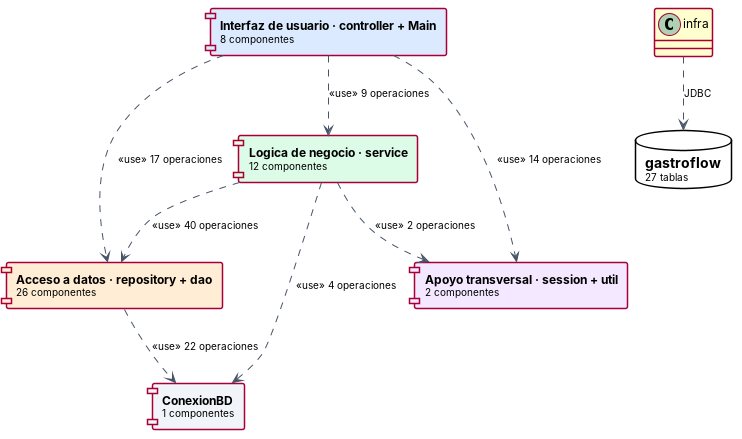
Earlier version of the PlantUML export docs/Imagenes/DiagramaComponentes_General.png (puj-course/FIS_2630_1204_G2). Its source is kept beside it as docs/diagramas-fuente/DiagramaComponentes_General.puml.
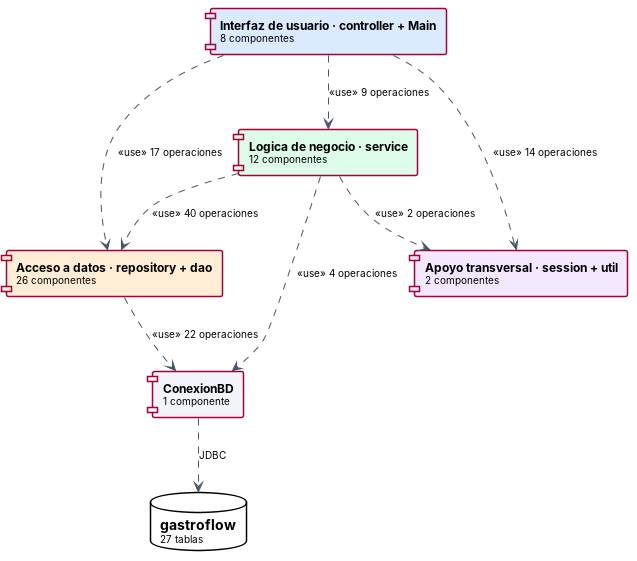
After the change.

What changed in the source:
```diff
@@ -21,7 +21,7 @@
 component "**Interfaz de usuario · controller + Main**\n<size:10>8 componentes</size>" as ui #DBEAFE
 component "**Logica de negocio · service**\n<size:10>12 componentes</size>" as negocio #DCFCE7
 component "**Acceso a datos · repository + dao**\n<size:10>26 componentes</size>" as datos #FFEDD5
-component "**ConexionBD**\n<size:10>1 componentes</size>" as conexion #F1F5F9
+component "**ConexionBD**\n<size:10>1 componente</size>" as conexion #F1F5F9
 component "**Apoyo transversal · session + util**\n<size:10>2 componentes</size>" as apoyo #F3E8FF
 database "**gastroflow**\n<size:10>27 tablas</size>" as bd #FFFFFF
 datos ..> conexion : <<use>> 22 operaciones
@@ -31,5 +31,5 @@
 ui ..> apoyo : <<use>> 14 operaciones
 ui ..> datos : <<use>> 17 operaciones
 ui ..> negocio : <<use>> 9 operaciones
-infra ..> bd : JDBC
+conexion ..> bd : JDBC
 @enduml
```
